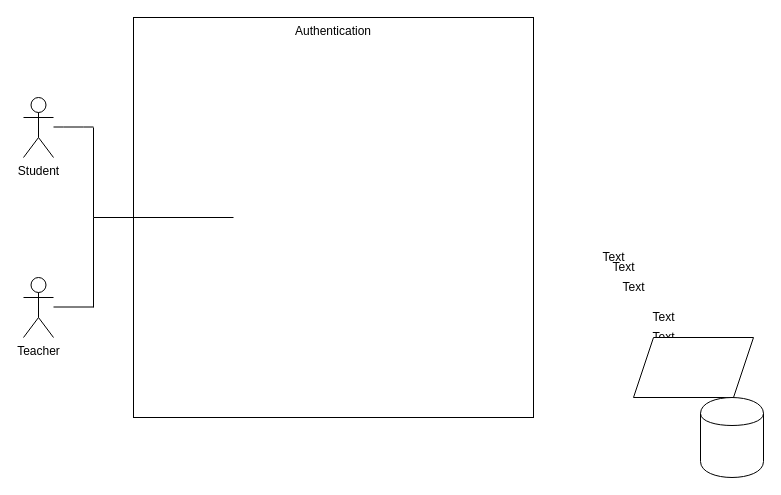
Before: Untitled Diagram.drawio in AbdellaouiSofiane/book_scraper, a draw.io diagram. Source tidied: cells renumbered, new cells numbered last; positions are measured from the earlier drawing's top-left corner, leaving out a move shared by most shapes. Both pictures are drawn from the tidied source at 100%, with x=0, y=0 at pixel (23, 17).
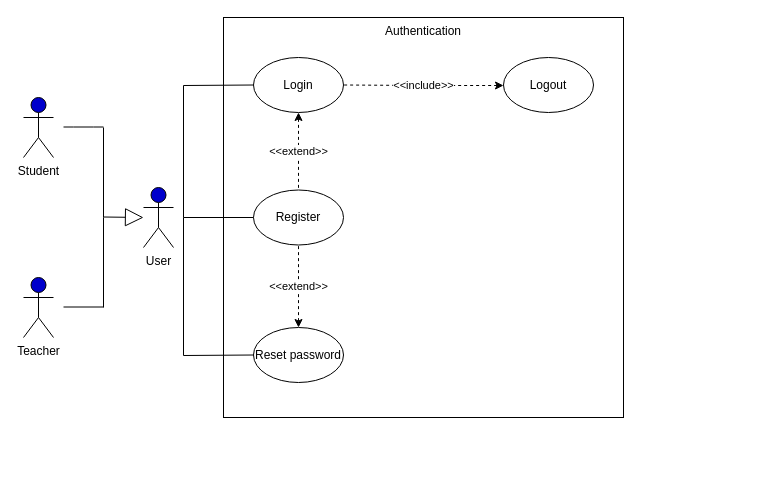
The same diagram, later.

Change to the diagram source:
```diff
@@
-    <mxCell id="2" value="Student" style="shape=umlActor;verticalLabelPosition=bottom;verticalAlign=top;html=1;" parent="1" vertex="1">
+    <mxCell id="2" value="Student" style="shape=umlActor;verticalLabelPosition=bottom;verticalAlign=top;html=1;fillColor=#0000CC;" parent="1" vertex="1">
       <mxGeometry y="80" width="30" height="60" as="geometry" />
     </mxCell>
-    <mxCell id="3" value="Teacher" style="shape=umlActor;verticalLabelPosition=bottom;verticalAlign=top;html=1;labelPadding=0;" parent="1" vertex="1">
+    <mxCell id="3" value="Teacher" style="shape=umlActor;verticalLabelPosition=bottom;verticalAlign=top;html=1;labelPadding=0;fillColor=#0000CC;" parent="1" vertex="1">
       <mxGeometry y="260" width="30" height="60" as="geometry" />
     </mxCell>
     <mxCell id="4" value="Authentication" style="whiteSpace=wrap;html=1;verticalAlign=top;" parent="1" vertex="1">
-      <mxGeometry x="110" width="400" height="400" as="geometry" />
+      <mxGeometry x="200" width="400" height="400" as="geometry" />
     </mxCell>
     <mxCell id="5" style="endArrow=none;html=1;" parent="1" edge="1">
       <mxGeometry relative="1" as="geometry">
-        <mxPoint x="30" y="289.5" as="sourcePoint" />
-        <mxPoint x="70" y="289.5" as="targetPoint" />
+        <mxPoint x="40" y="289.5" as="sourcePoint" />
+        <mxPoint x="80" y="289.5" as="targetPoint" />
+        <Array as="points">
+          <mxPoint x="40" y="290" />
+        </Array>
       </mxGeometry>
     </mxCell>
     <mxCell id="6" style="endArrow=none;html=1;" parent="1" edge="1">
       <mxGeometry relative="1" as="geometry">
-        <mxPoint x="30" y="109.5" as="sourcePoint" />
-        <mxPoint x="70" y="109.5" as="targetPoint" />
+        <mxPoint x="40" y="109.5" as="sourcePoint" />
+        <mxPoint x="80" y="109.5" as="targetPoint" />
         <Array as="points">
-          <mxPoint x="50" y="109.5" />
+          <mxPoint x="60" y="109.5" />
         </Array>
       </mxGeometry>
     </mxCell>
     <mxCell id="7" style="endArrow=none;html=1;" parent="1" edge="1">
       <mxGeometry relative="1" as="geometry">
-        <mxPoint x="70" y="200" as="sourcePoint" />
-        <mxPoint x="70" y="110" as="targetPoint" />
+        <mxPoint x="80" y="200" as="sourcePoint" />
+        <mxPoint x="80" y="110" as="targetPoint" />
       </mxGeometry>
     </mxCell>
     <mxCell id="8" style="endArrow=none;html=1;" parent="1" edge="1">
       <mxGeometry relative="1" as="geometry">
-        <mxPoint x="70" y="290" as="sourcePoint" />
-        <mxPoint x="70" y="200" as="targetPoint" />
+        <mxPoint x="80" y="290" as="sourcePoint" />
+        <mxPoint x="80" y="200" as="targetPoint" />
       </mxGeometry>
     </mxCell>
-    <mxCell id="9" style="endArrow=none;html=1;" parent="1" edge="1">
-      <mxGeometry relative="1" as="geometry">
-        <mxPoint x="70" y="200" as="sourcePoint" />
-        <mxPoint x="210" y="200" as="targetPoint" />
-      </mxGeometry>
-    </mxCell>
-    <mxCell id="10" value="Text" style="text;html=1;align=center;verticalAlign=middle;strokeColor=none;" parent="1" vertex="1">
-      <mxGeometry x="570" y="230" width="40" height="20" as="geometry" />
-    </mxCell>
-    <mxCell id="11" value="Text" style="text;html=1;align=center;verticalAlign=middle;strokeColor=none;" parent="1" vertex="1">
-      <mxGeometry x="580" y="240" width="40" height="20" as="geometry" />
-    </mxCell>
-    <mxCell id="12" value="Text" style="text;html=1;align=center;verticalAlign=middle;strokeColor=none;" parent="1" vertex="1">
-      <mxGeometry x="590" y="260" width="40" height="20" as="geometry" />
-    </mxCell>
-    <mxCell id="13" value="Text" style="text;html=1;align=center;verticalAlign=middle;strokeColor=none;" parent="1" vertex="1">
-      <mxGeometry x="620" y="290" width="40" height="20" as="geometry" />
-    </mxCell>
-    <mxCell id="14" value="Text" style="text;html=1;align=center;verticalAlign=middle;strokeColor=none;" parent="1" vertex="1">
-      <mxGeometry x="620" y="310" width="40" height="20" as="geometry" />
-    </mxCell>
-    <mxCell id="15" style="shape=parallelogram;perimeter=parallelogramPerimeter;whiteSpace=wrap;html=1;fixedSize=1;verticalAlign=top;" parent="1" vertex="1">
-      <mxGeometry x="610" y="320" width="120" height="60" as="geometry" />
-    </mxCell>
-    <mxCell id="16" style="shape=cylinder;whiteSpace=wrap;html=1;boundedLbl=1;backgroundOutline=1;verticalAlign=top;" parent="1" vertex="1">
-      <mxGeometry x="677" y="380" width="63" height="80" as="geometry" />
-    </mxCell>
+    <mxCell id="17" value="&amp;lt;&amp;lt;extend&amp;gt;&amp;gt;" style="edgeStyle=none;rounded=0;jettySize=auto;html=1;exitX=0.5;exitY=1;exitDx=0;exitDy=0;entryX=0.5;entryY=0;entryDx=0;entryDy=0;endArrow=none;endFill=0;dashed=1;startArrow=classic;startFill=1;" parent="1" edge="1" source="19" target="20">
+      <mxGeometry relative="1" as="geometry" />
+    </mxCell>
+    <mxCell id="18" value="&amp;lt;&amp;lt;include&amp;gt;&amp;gt;" style="edgeStyle=none;rounded=0;jettySize=auto;html=1;dashed=1;startArrow=classic;startFill=1;endArrow=none;endFill=0;entryX=1;entryY=0.5;entryDx=0;entryDy=0;" parent="1" edge="1" target="19">
+      <mxGeometry relative="1" as="geometry">
+        <mxPoint x="480" y="68" as="sourcePoint" />
+        <Array as="points">
+          <mxPoint x="400" y="68" />
+        </Array>
+      </mxGeometry>
+    </mxCell>
+    <mxCell id="19" value="Login" style="ellipse;whiteSpace=wrap;html=1;" parent="1" vertex="1">
+      <mxGeometry x="230" y="40" width="90" height="55" as="geometry" />
+    </mxCell>
+    <mxCell id="20" value="Register" style="ellipse;whiteSpace=wrap;html=1;" parent="1" vertex="1">
+      <mxGeometry x="230" y="172.5" width="90" height="55" as="geometry" />
+    </mxCell>
+    <mxCell id="21" value="Logout" style="ellipse;whiteSpace=wrap;html=1;" parent="1" vertex="1">
+      <mxGeometry x="480" y="40" width="90" height="55" as="geometry" />
+    </mxCell>
+    <mxCell id="22" value="&amp;lt;&amp;lt;extend&amp;gt;&amp;gt;" style="edgeStyle=none;rounded=0;jettySize=auto;html=1;exitX=0.5;exitY=0;exitDx=0;exitDy=0;entryX=0.5;entryY=1;entryDx=0;entryDy=0;endArrow=none;endFill=0;dashed=1;startArrow=classic;startFill=1;" parent="1" edge="1" source="23" target="20">
+      <mxGeometry relative="1" as="geometry" />
+    </mxCell>
+    <mxCell id="23" value="Reset password" style="ellipse;whiteSpace=wrap;html=1;" parent="1" vertex="1">
+      <mxGeometry x="230" y="310" width="90" height="55" as="geometry" />
+    </mxCell>
+    <mxCell id="24" style="edgeStyle=none;rounded=0;jettySize=auto;html=1;entryX=0;entryY=0.5;entryDx=0;entryDy=0;endArrow=none;endFill=0;" parent="1" edge="1" target="20">
+      <mxGeometry relative="1" as="geometry">
+        <mxPoint x="160" y="200" as="sourcePoint" />
+      </mxGeometry>
+    </mxCell>
+    <mxCell id="25" style="edgeStyle=none;rounded=0;jettySize=auto;html=1;entryX=0;entryY=0.5;entryDx=0;entryDy=0;endArrow=none;endFill=0;" parent="1" edge="1" target="19">
+      <mxGeometry relative="1" as="geometry">
+        <mxPoint x="160" y="200" as="sourcePoint" />
+        <Array as="points">
+          <mxPoint x="160" y="68" />
+        </Array>
+      </mxGeometry>
+    </mxCell>
+    <mxCell id="26" style="edgeStyle=none;rounded=0;jettySize=auto;html=1;entryX=0;entryY=0.5;entryDx=0;entryDy=0;endArrow=none;endFill=0;" parent="1" edge="1" target="23">
+      <mxGeometry relative="1" as="geometry">
+        <mxPoint x="160" y="200" as="sourcePoint" />
+        <Array as="points">
+          <mxPoint x="160" y="338" />
+        </Array>
+      </mxGeometry>
+    </mxCell>
+    <mxCell id="27" value="User" style="shape=umlActor;verticalLabelPosition=bottom;verticalAlign=top;html=1;fillColor=#0000CC;" parent="1" vertex="1">
+      <mxGeometry x="120" y="170" width="30" height="60" as="geometry" />
+    </mxCell>
+    <mxCell id="28" style="endArrow=block;endSize=16;endFill=0;html=1;" parent="1" edge="1">
+      <mxGeometry relative="1" as="geometry">
+        <mxPoint x="80" y="199.5" as="sourcePoint" />
+        <mxPoint x="120" y="200" as="targetPoint" />
+      </mxGeometry>
+    </mxCell>
```
